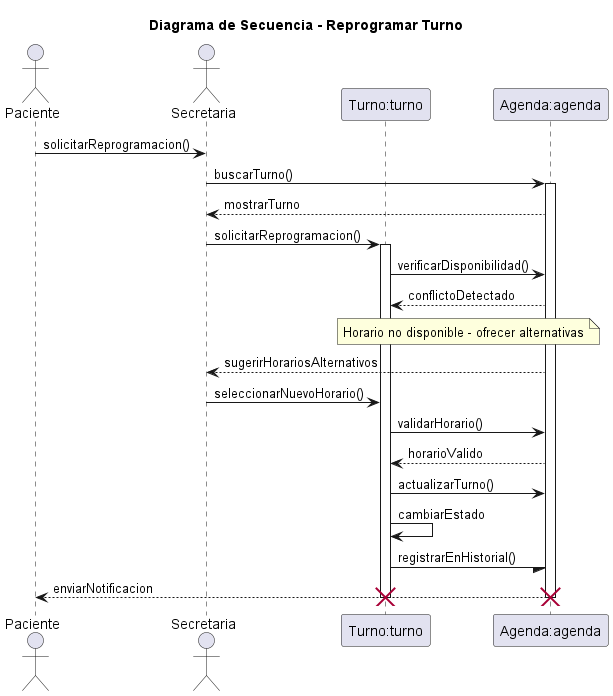
Earlier version of the PlantUML export diagramas/05-diagramas-secuencia/05-secuencia-reprogramar-turno-02.png (eternalnight04/SistemaTurnosMedicos).
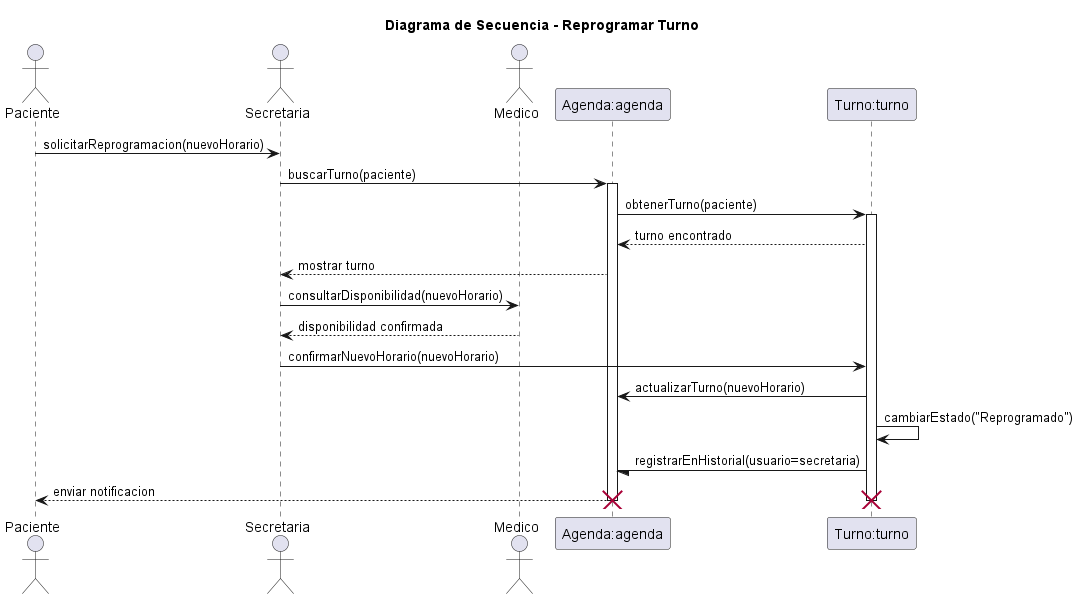
Later version of the same file.

The edit, as a diff of the source:
```diff
@@ -1,42 +1,42 @@
-@startuml 05-secuencia-reprogramar-turno-03
+@startuml 05-secuencia-reprogramar-turno-02
 
 title Diagrama de Secuencia - Reprogramar Turno
 
 actor Paciente as paciente
 actor Secretaria as secretaria
+actor Medico as medico
+
+participant "Agenda:agenda" as agenda
 participant "Turno:turno" as turno
-participant "Agenda:agenda" as agenda
 
+paciente -> secretaria: solicitarReprogramacion(nuevoHorario)
+secretaria -> agenda: buscarTurno(paciente)
 
-paciente -> secretaria: solicitarReprogramacion()
-
-secretaria -> agenda: buscarTurno()
 activate agenda
 
-agenda --> secretaria: mostrarTurno
+agenda -> turno: obtenerTurno(paciente)
 
-secretaria -> turno: solicitarReprogramacion()
 activate turno
 
-turno -> agenda: verificarDisponibilidad()
-agenda --> turno: conflictoDetectado
-note over agenda, turno : Horario no disponible - ofrecer alternativas
+turno --> agenda: turno encontrado
 
-agenda --> secretaria: sugerirHorariosAlternativos
-secretaria -> turno: seleccionarNuevoHorario()
+agenda --> secretaria: mostrar turno
 
-turno -> agenda: validarHorario()
-agenda --> turno: horarioValido
-turno -> agenda: actualizarTurno()
-turno -> turno: cambiarEstado
-turno -/ agenda: registrarEnHistorial()
+secretaria -> medico: consultarDisponibilidad(nuevoHorario)
 
-agenda --> paciente: enviarNotificacion
+medico --> secretaria: disponibilidad confirmada
+
+secretaria -> turno: confirmarNuevoHorario(nuevoHorario)
+
+turno -> agenda: actualizarTurno(nuevoHorario)
+turno -> turno: cambiarEstado("Reprogramado")
+turno -/ agenda: registrarEnHistorial(usuario=secretaria)
+
+agenda --> paciente: enviar notificacion
 
 deactivate turno
+destroy turno
 deactivate agenda
-
-destroy turno
 destroy agenda
 
 @enduml
```
